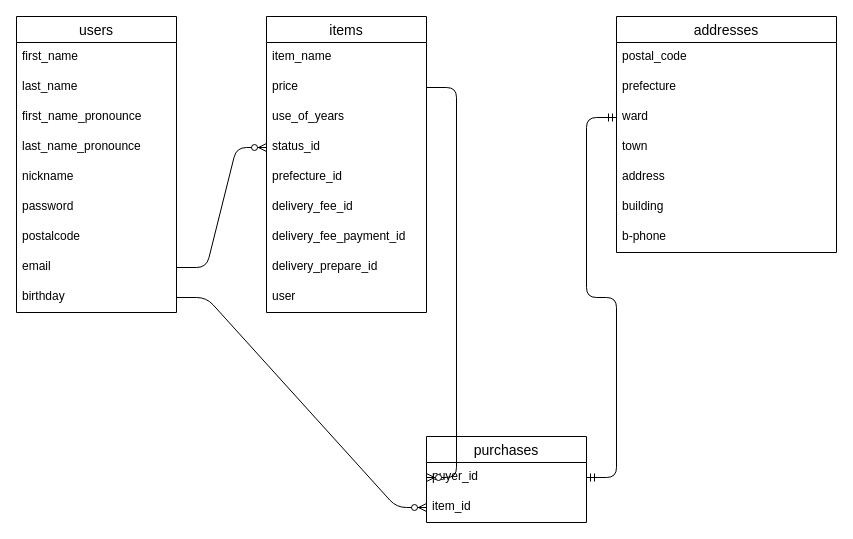
Above: er.dio in takuo-maeda/furima-32844 (draw.io), before the change. Source tidied: cells renumbered, new cells numbered last; positions are measured from the earlier drawing's top-left corner, leaving out a move shared by most shapes. Both pictures are drawn from the tidied source at 100%, with x=0, y=0 at pixel (16, 16).
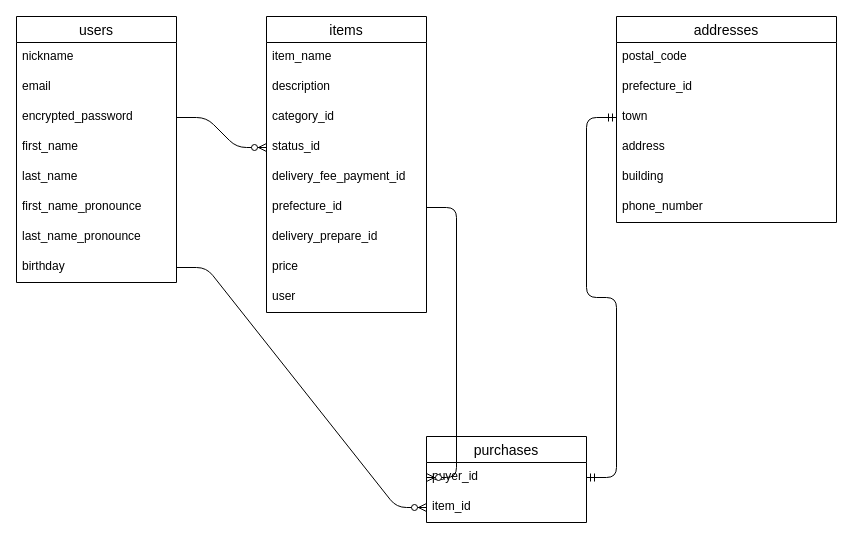
The same page after the edit.

Unchanged cells that the change refers to:
```xml
<mxCell id="12" value="items" style="swimlane;fontStyle=0;horizontal=1;startSize=26;align=center;fontSize=14;" parent="1" vertex="1">
  <mxGeometry x="250" width="160" height="296" as="geometry" />
</mxCell>
<mxCell id="32" value="puyer_id" style="text;strokeColor=none;fillColor=none;spacingLeft=4;spacingRight=4;overflow=hidden;points=[[0,0.5],[1,0.5]];portConstraint=eastwest;fontSize=12;" parent="31" vertex="1">
  <mxGeometry y="26" width="160" height="30" as="geometry" />
</mxCell>
```

Diff of the diagram source:
```diff
@@
     <mxCell id="2" value="users" style="swimlane;fontStyle=0;horizontal=1;startSize=26;align=center;fontSize=14;" parent="1" vertex="1">
-      <mxGeometry width="160" height="296" as="geometry" />
+      <mxGeometry width="160" height="266" as="geometry" />
     </mxCell>
+    <mxCell id="7" value="nickname" style="text;strokeColor=none;fillColor=none;spacingLeft=4;spacingRight=4;overflow=hidden;fontSize=12;" parent="2" vertex="1">
+      <mxGeometry y="26" width="160" height="30" as="geometry" />
+    </mxCell>
+    <mxCell id="10" value="email" style="text;strokeColor=none;fillColor=none;spacingLeft=4;spacingRight=4;overflow=hidden;points=[[0,0.5],[1,0.5]];portConstraint=eastwest;fontSize=12;" parent="2" vertex="1">
+      <mxGeometry y="56" width="160" height="30" as="geometry" />
+    </mxCell>
+    <mxCell id="37" value="encrypted_password" style="text;strokeColor=none;fillColor=none;spacingLeft=4;spacingRight=4;overflow=hidden;fontSize=12;" parent="2" vertex="1">
+      <mxGeometry y="86" width="160" height="30" as="geometry" />
+    </mxCell>
     <mxCell id="3" value="first_name" style="text;strokeColor=none;fillColor=none;spacingLeft=4;spacingRight=4;overflow=hidden;fontSize=12;" parent="2" vertex="1">
-      <mxGeometry y="26" width="160" height="30" as="geometry" />
+      <mxGeometry y="116" width="160" height="30" as="geometry" />
     </mxCell>
     <mxCell id="4" value="last_name" style="text;strokeColor=none;fillColor=none;spacingLeft=4;spacingRight=4;overflow=hidden;fontSize=12;" parent="2" vertex="1">
-      <mxGeometry y="56" width="160" height="30" as="geometry" />
+      <mxGeometry y="146" width="160" height="30" as="geometry" />
     </mxCell>
     <mxCell id="5" value="first_name_pronounce" style="text;strokeColor=none;fillColor=none;spacingLeft=4;spacingRight=4;overflow=hidden;fontSize=12;" parent="2" vertex="1">
-      <mxGeometry y="86" width="160" height="30" as="geometry" />
+      <mxGeometry y="176" width="160" height="30" as="geometry" />
     </mxCell>
     <mxCell id="6" value="last_name_pronounce" style="text;strokeColor=none;fillColor=none;spacingLeft=4;spacingRight=4;overflow=hidden;fontSize=12;" parent="2" vertex="1">
-      <mxGeometry y="116" width="160" height="30" as="geometry" />
+      <mxGeometry y="206" width="160" height="30" as="geometry" />
     </mxCell>
-    <mxCell id="7" value="nickname" style="text;strokeColor=none;fillColor=none;spacingLeft=4;spacingRight=4;overflow=hidden;fontSize=12;" parent="2" vertex="1">
-      <mxGeometry y="146" width="160" height="30" as="geometry" />
-    </mxCell>
-    <mxCell id="8" value="password" style="text;strokeColor=none;fillColor=none;spacingLeft=4;spacingRight=4;overflow=hidden;fontSize=12;" parent="2" vertex="1">
-      <mxGeometry y="176" width="160" height="30" as="geometry" />
-    </mxCell>
-    <mxCell id="9" value="postalcode" style="text;strokeColor=none;fillColor=none;spacingLeft=4;spacingRight=4;overflow=hidden;fontSize=12;" parent="2" vertex="1">
-      <mxGeometry y="206" width="160" height="30" as="geometry" />
-    </mxCell>
-    <mxCell id="10" value="email" style="text;strokeColor=none;fillColor=none;spacingLeft=4;spacingRight=4;overflow=hidden;points=[[0,0.5],[1,0.5]];portConstraint=eastwest;fontSize=12;" parent="2" vertex="1">
-      <mxGeometry y="236" width="160" height="30" as="geometry" />
-    </mxCell>
     <mxCell id="11" value="birthday" style="text;strokeColor=none;fillColor=none;spacingLeft=4;spacingRight=4;overflow=hidden;points=[[0,0.5],[1,0.5]];portConstraint=eastwest;fontSize=12;" parent="2" vertex="1">
-      <mxGeometry y="266" width="160" height="30" as="geometry" />
+      <mxGeometry y="236" width="160" height="30" as="geometry" />
     </mxCell>
@@
+    <mxCell id="38" value="description" style="text;strokeColor=none;fillColor=none;spacingLeft=4;spacingRight=4;overflow=hidden;fontSize=12;" parent="12" vertex="1">
+      <mxGeometry y="56" width="160" height="30" as="geometry" />
+    </mxCell>
+    <mxCell id="39" value="category_id" style="text;strokeColor=none;fillColor=none;spacingLeft=4;spacingRight=4;overflow=hidden;fontSize=12;" parent="12" vertex="1">
+      <mxGeometry y="86" width="160" height="30" as="geometry" />
+    </mxCell>
+    <mxCell id="16" value="status_id" style="text;strokeColor=none;fillColor=none;spacingLeft=4;spacingRight=4;overflow=hidden;points=[[0,0.5],[1,0.5]];portConstraint=eastwest;fontSize=12;" parent="12" vertex="1">
+      <mxGeometry y="116" width="160" height="30" as="geometry" />
+    </mxCell>
+    <mxCell id="19" value="delivery_fee_payment_id" style="text;strokeColor=none;fillColor=none;spacingLeft=4;spacingRight=4;overflow=hidden;fontSize=12;" parent="12" vertex="1">
+      <mxGeometry y="146" width="160" height="30" as="geometry" />
+    </mxCell>
+    <mxCell id="17" value="prefecture_id" style="text;strokeColor=none;fillColor=none;spacingLeft=4;spacingRight=4;overflow=hidden;points=[[0,0.5],[1,0.5]];portConstraint=eastwest;fontSize=12;" parent="12" vertex="1">
+      <mxGeometry y="176" width="160" height="30" as="geometry" />
+    </mxCell>
+    <mxCell id="20" value="delivery_prepare_id" style="text;strokeColor=none;fillColor=none;spacingLeft=4;spacingRight=4;overflow=hidden;fontSize=12;" parent="12" vertex="1">
+      <mxGeometry y="206" width="160" height="30" as="geometry" />
+    </mxCell>
     <mxCell id="14" value="price" style="text;strokeColor=none;fillColor=none;spacingLeft=4;spacingRight=4;overflow=hidden;points=[[0,0.5],[1,0.5]];portConstraint=eastwest;fontSize=12;" parent="12" vertex="1">
-      <mxGeometry y="56" width="160" height="30" as="geometry" />
+      <mxGeometry y="236" width="160" height="30" as="geometry" />
     </mxCell>
-    <mxCell id="15" value="use_of_years" style="text;strokeColor=none;fillColor=none;spacingLeft=4;spacingRight=4;overflow=hidden;fontSize=12;" parent="12" vertex="1">
-      <mxGeometry y="86" width="160" height="30" as="geometry" />
-    </mxCell>
-    <mxCell id="16" value="status_id" style="text;strokeColor=none;fillColor=none;spacingLeft=4;spacingRight=4;overflow=hidden;points=[[0,0.5],[1,0.5]];portConstraint=eastwest;fontSize=12;" parent="12" vertex="1">
-      <mxGeometry y="116" width="160" height="30" as="geometry" />
-    </mxCell>
-    <mxCell id="17" value="prefecture_id" style="text;strokeColor=none;fillColor=none;spacingLeft=4;spacingRight=4;overflow=hidden;points=[[0,0.5],[1,0.5]];portConstraint=eastwest;fontSize=12;" parent="12" vertex="1">
-      <mxGeometry y="146" width="160" height="30" as="geometry" />
-    </mxCell>
-    <mxCell id="18" value="delivery_fee_id" style="text;strokeColor=none;fillColor=none;spacingLeft=4;spacingRight=4;overflow=hidden;fontSize=12;" parent="12" vertex="1">
-      <mxGeometry y="176" width="160" height="30" as="geometry" />
-    </mxCell>
-    <mxCell id="19" value="delivery_fee_payment_id" style="text;strokeColor=none;fillColor=none;spacingLeft=4;spacingRight=4;overflow=hidden;fontSize=12;" parent="12" vertex="1">
-      <mxGeometry y="206" width="160" height="30" as="geometry" />
-    </mxCell>
-    <mxCell id="20" value="delivery_prepare_id" style="text;strokeColor=none;fillColor=none;spacingLeft=4;spacingRight=4;overflow=hidden;fontSize=12;" parent="12" vertex="1">
-      <mxGeometry y="236" width="160" height="30" as="geometry" />
-    </mxCell>
@@
     <mxCell id="22" value="addresses" style="swimlane;fontStyle=0;horizontal=1;startSize=26;align=center;fontSize=14;" parent="1" vertex="1">
-      <mxGeometry x="600" width="220" height="236" as="geometry" />
+      <mxGeometry x="600" width="220" height="206" as="geometry" />
     </mxCell>
@@
-    <mxCell id="24" value="prefecture" style="text;strokeColor=none;fillColor=none;spacingLeft=4;spacingRight=4;overflow=hidden;fontSize=12;" parent="22" vertex="1">
+    <mxCell id="24" value="prefecture_id" style="text;strokeColor=none;fillColor=none;spacingLeft=4;spacingRight=4;overflow=hidden;fontSize=12;" parent="22" vertex="1">
       <mxGeometry y="56" width="220" height="30" as="geometry" />
     </mxCell>
-    <mxCell id="25" value="ward" style="text;strokeColor=none;fillColor=none;spacingLeft=4;spacingRight=4;overflow=hidden;points=[[0,0.5],[1,0.5]];portConstraint=eastwest;fontSize=12;" parent="22" vertex="1">
-      <mxGeometry y="86" width="220" height="30" as="geometry" />
-    </mxCell>
     <mxCell id="26" value="town" style="text;strokeColor=none;fillColor=none;spacingLeft=4;spacingRight=4;overflow=hidden;fontSize=12;" parent="22" vertex="1">
-      <mxGeometry y="116" width="220" height="30" as="geometry" />
+      <mxGeometry y="86" width="220" height="30" as="geometry" />
     </mxCell>
     <mxCell id="27" value="address" style="text;strokeColor=none;fillColor=none;spacingLeft=4;spacingRight=4;overflow=hidden;fontSize=12;" parent="22" vertex="1">
-      <mxGeometry y="146" width="220" height="30" as="geometry" />
+      <mxGeometry y="116" width="220" height="30" as="geometry" />
     </mxCell>
     <mxCell id="28" value="building" style="text;strokeColor=none;fillColor=none;spacingLeft=4;spacingRight=4;overflow=hidden;fontSize=12;" parent="22" vertex="1">
-      <mxGeometry y="176" width="220" height="30" as="geometry" />
+      <mxGeometry y="146" width="220" height="30" as="geometry" />
     </mxCell>
-    <mxCell id="29" value="b-phone" style="text;strokeColor=none;fillColor=none;spacingLeft=4;spacingRight=4;overflow=hidden;fontSize=12;" parent="22" vertex="1">
-      <mxGeometry y="206" width="220" height="30" as="geometry" />
+    <mxCell id="29" value="phone_number" style="text;strokeColor=none;fillColor=none;spacingLeft=4;spacingRight=4;overflow=hidden;fontSize=12;" parent="22" vertex="1">
+      <mxGeometry y="176" width="220" height="30" as="geometry" />
     </mxCell>
-    <mxCell id="30" style="edgeStyle=entityRelationEdgeStyle;fontSize=12;html=1;endArrow=ERzeroToMany;endFill=1;exitX=1;exitY=0.5;exitDx=0;exitDy=0;entryX=0;entryY=0.5;entryDx=0;entryDy=0;" parent="1" edge="1" source="10" target="16">
-      <mxGeometry relative="1" as="geometry" />
+    <mxCell id="30" style="edgeStyle=entityRelationEdgeStyle;fontSize=12;html=1;endArrow=ERzeroToMany;endFill=1;entryX=0;entryY=0.5;entryDx=0;entryDy=0;exitX=1;exitY=0.5;exitDx=0;exitDy=0;" parent="1" edge="1" target="16">
+      <mxGeometry relative="1" as="geometry">
+        <mxPoint x="160" y="101" as="sourcePoint" />
+      </mxGeometry>
     </mxCell>
@@
-    <mxCell id="34" style="edgeStyle=entityRelationEdgeStyle;fontSize=12;html=1;endArrow=ERzeroToMany;endFill=1;exitX=1;exitY=0.5;exitDx=0;exitDy=0;entryX=0;entryY=0.5;entryDx=0;entryDy=0;" parent="1" edge="1" source="14" target="32">
+    <mxCell id="34" style="edgeStyle=entityRelationEdgeStyle;fontSize=12;html=1;endArrow=ERzeroToMany;endFill=1;entryX=0;entryY=0.5;entryDx=0;entryDy=0;exitX=1;exitY=0.5;exitDx=0;exitDy=0;" parent="1" edge="1" source="17" target="32">
       <mxGeometry relative="1" as="geometry" />
     </mxCell>
-    <mxCell id="35" style="edgeStyle=entityRelationEdgeStyle;fontSize=12;html=1;endArrow=ERmandOne;startArrow=ERmandOne;entryX=0;entryY=0.5;entryDx=0;entryDy=0;exitX=1;exitY=0.5;exitDx=0;exitDy=0;" parent="1" edge="1" source="32" target="25">
-      <mxGeometry relative="1" as="geometry" />
+    <mxCell id="35" style="edgeStyle=entityRelationEdgeStyle;fontSize=12;html=1;endArrow=ERmandOne;startArrow=ERmandOne;entryX=0;entryY=0.5;entryDx=0;entryDy=0;exitX=1;exitY=0.5;exitDx=0;exitDy=0;" parent="1" edge="1" source="32">
+      <mxGeometry relative="1" as="geometry">
+        <mxPoint x="600" y="101" as="targetPoint" />
+      </mxGeometry>
     </mxCell>
```
